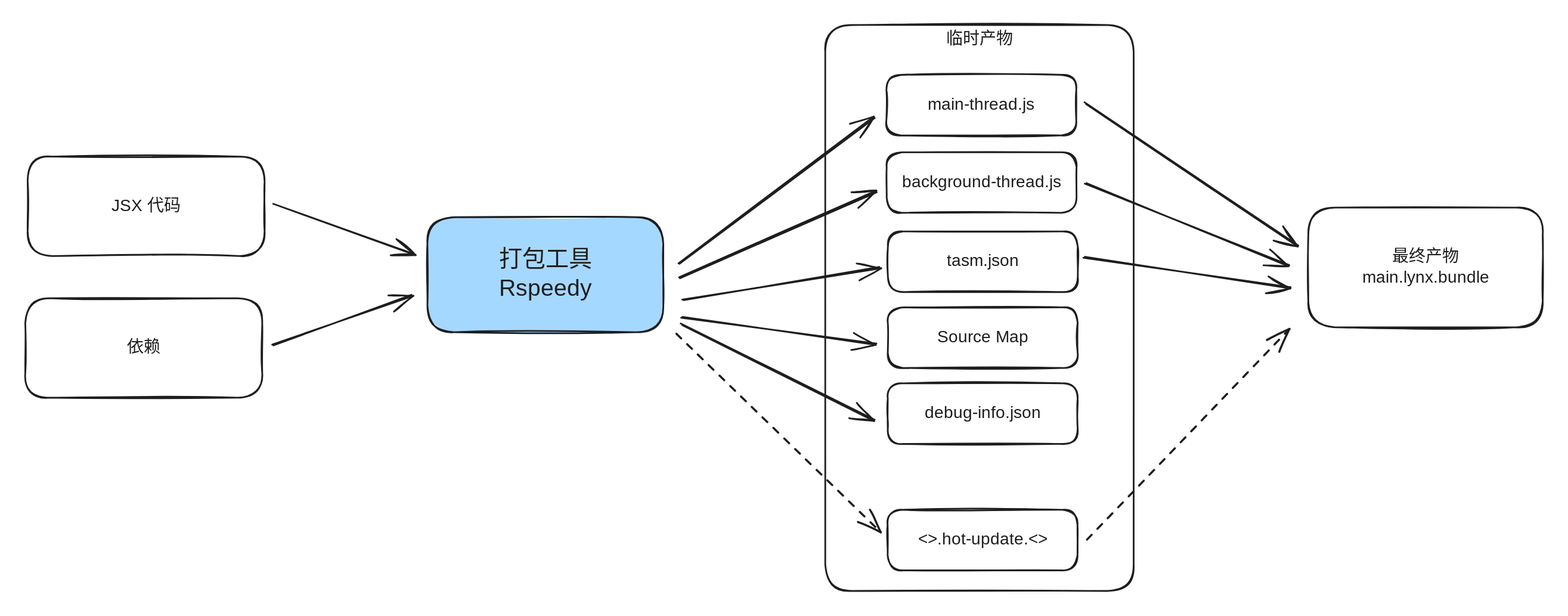
The Excalidraw diagram .gitbook/assets/file.excalidraw (2).svg in lanjunq/lynx-learning-notes, before a commit. Source tidied: one line per element, renumbered; positions are measured from the earlier drawing's top-left corner, leaving out a move shared by most shapes.
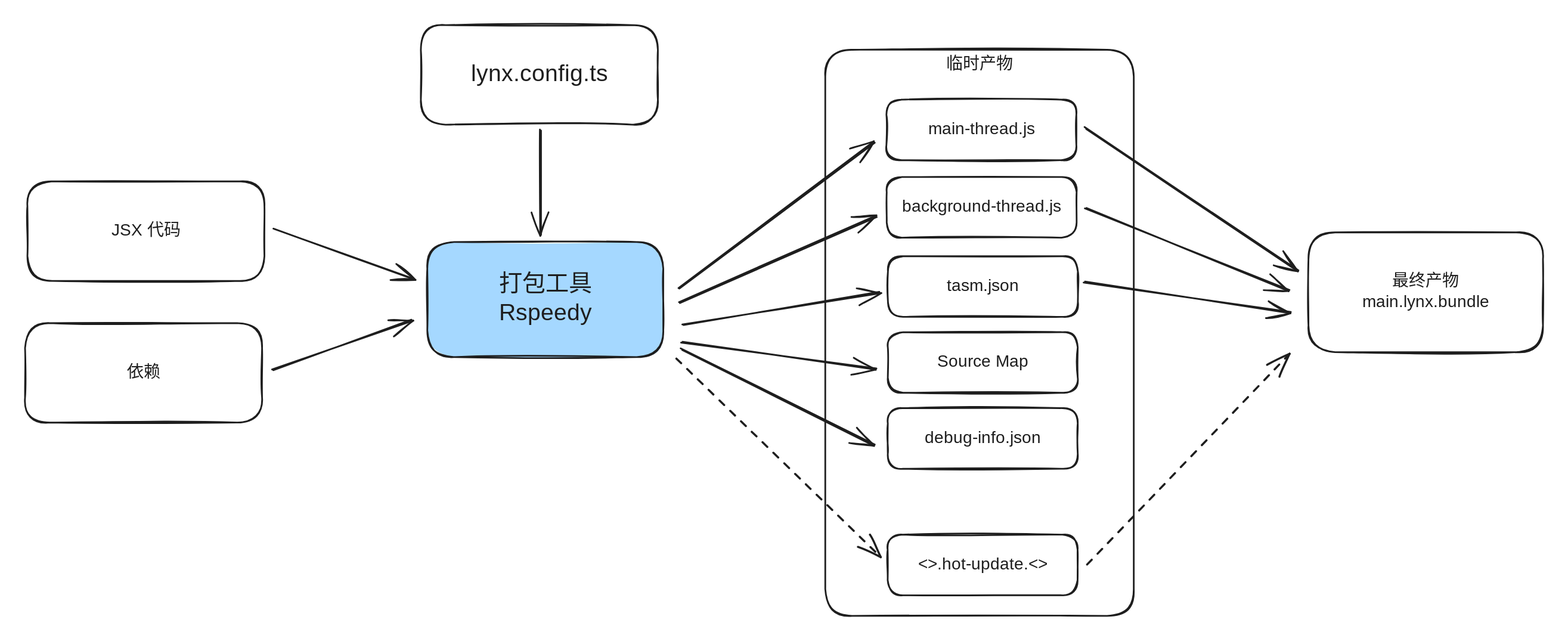
The same file after the commit.

The edit, as a diff of the source:
```diff
@@ -1,5 +1,5 @@
-{"id": 0, "type": "rectangle", "strokeColor": "#1e1e1e", "strokeWidth": 2, "roughness": 1, "round": true, "x": 3, "y": 158, "width": 284, "height": 119}
-{"id": 1, "type": "text", "text": "JSX 代码", "strokeColor": "#1e1e1e", "strokeWidth": 2, "roughness": 1, "fontSize": 20, "fontFamily": 1, "textAlign": "center", "verticalAlign": "middle", "inside": 0, "x": 101, "y": 205, "width": 87, "height": 25}
+{"id": 34, "type": "rectangle", "strokeColor": "#1e1e1e", "strokeWidth": 2, "roughness": 1, "round": true, "x": 3, "y": 158, "width": 284, "height": 119}
+{"id": 35, "type": "text", "text": "JSX 代码", "strokeColor": "#1e1e1e", "strokeWidth": 2, "roughness": 1, "fontSize": 20, "fontFamily": 1, "textAlign": "center", "verticalAlign": "middle", "inside": 34, "x": 101, "y": 205, "width": 87, "height": 25}
 {"id": 2, "type": "rectangle", "strokeColor": "#1e1e1e", "backgroundColor": "#a5d8ff", "fillStyle": "solid", "strokeWidth": 2, "roughness": 1, "round": true, "x": 482, "y": 230, "width": 283, "height": 138}
 {"id": 3, "type": "text", "text": "打包工具\nRspeedy", "strokeColor": "#1e1e1e", "strokeWidth": 2, "roughness": 1, "fontSize": 28, "fontFamily": 1, "textAlign": "center", "verticalAlign": "middle", "inside": 2, "x": 567, "y": 264, "width": 112, "height": 70}
 {"id": 4, "type": "rectangle", "strokeColor": "#1e1e1e", "strokeWidth": 2, "roughness": 1, "round": true, "x": 959, "y": 0, "width": 370, "height": 678}
@@ -20,7 +20,7 @@
 {"id": 19, "type": "text", "text": "依赖", "strokeColor": "#1e1e1e", "strokeWidth": 2, "roughness": 1, "fontSize": 20, "fontFamily": 1, "textAlign": "center", "verticalAlign": "middle", "inside": 18, "x": 122, "y": 374, "width": 40, "height": 25}
 {"id": 20, "type": "rectangle", "strokeColor": "#1e1e1e", "strokeWidth": 2, "roughness": 1, "round": true, "x": 1033, "y": 581, "width": 228, "height": 73}
 {"id": 21, "type": "text", "text": "<>.hot-update.<>", "strokeColor": "#1e1e1e", "strokeWidth": 2, "roughness": 1, "fontSize": 20, "fontFamily": 1, "textAlign": "center", "verticalAlign": "middle", "inside": 20, "x": 1066, "y": 605, "width": 163, "height": 25}
-{"id": 22, "type": "arrow", "strokeColor": "#1e1e1e", "backgroundColor": "#a5d8ff", "fillStyle": "solid", "strokeWidth": 2, "roughness": 1, "endArrowhead": "arrow", "round": true, "from": 0, "to": 2, "x": 298, "y": 214, "width": 168, "height": 61, "points": [[0, 0], [168, 61]]}
+{"id": 22, "type": "arrow", "strokeColor": "#1e1e1e", "backgroundColor": "#a5d8ff", "fillStyle": "solid", "strokeWidth": 2, "roughness": 1, "endArrowhead": "arrow", "round": true, "from": 34, "to": 2, "x": 299, "y": 214, "width": 168, "height": 61, "points": [[0, 0], [168, 61]]}
 {"id": 23, "type": "arrow", "strokeColor": "#1e1e1e", "backgroundColor": "#a5d8ff", "fillStyle": "solid", "strokeWidth": 2, "roughness": 1, "endArrowhead": "arrow", "round": true, "from": 18, "to": 2, "x": 297, "y": 384, "width": 167, "height": 60, "points": [[0, 0], [167, -60]]}
 {"id": 24, "type": "arrow", "strokeColor": "#1e1e1e", "backgroundColor": "#a5d8ff", "fillStyle": "solid", "strokeWidth": 2, "roughness": 1, "endArrowhead": "arrow", "round": true, "from": 2, "to": 6, "x": 783, "y": 285, "width": 235, "height": 175, "points": [[0, 0], [235, -175]]}
 {"id": 25, "type": "arrow", "strokeColor": "#1e1e1e", "backgroundColor": "#a5d8ff", "fillStyle": "solid", "strokeWidth": 2, "roughness": 1, "endArrowhead": "arrow", "round": true, "from": 2, "to": 8, "x": 784, "y": 304, "width": 235, "height": 103, "points": [[0, 0], [235, -103]]}
@@ -32,3 +32,6 @@
 {"id": 31, "type": "arrow", "strokeColor": "#1e1e1e", "backgroundColor": "#a5d8ff", "fillStyle": "solid", "strokeWidth": 2, "roughness": 1, "endArrowhead": "arrow", "round": true, "from": 8, "to": 16, "x": 1270, "y": 189, "width": 245, "height": 99, "points": [[0, 0], [245, 99]]}
 {"id": 32, "type": "arrow", "strokeColor": "#1e1e1e", "backgroundColor": "#a5d8ff", "fillStyle": "solid", "strokeWidth": 2, "roughness": 1, "endArrowhead": "arrow", "round": true, "from": 10, "to": 16, "x": 1269, "y": 279, "width": 246, "height": 35, "points": [[0, 0], [246, 35]]}
 {"id": 33, "type": "arrow", "strokeColor": "#1e1e1e", "backgroundColor": "#a5d8ff", "fillStyle": "solid", "strokeWidth": 2, "strokeStyle": "dashed", "roughness": 1, "endArrowhead": "arrow", "round": true, "from": 20, "to": 16, "x": 1271, "y": 617, "width": 243, "height": 253, "points": [[0, 0], [243, -253]]}
+{"id": 0, "type": "rectangle", "strokeColor": "#1e1e1e", "strokeWidth": 2, "roughness": 1, "round": true, "x": 474, "y": -30, "width": 284, "height": 119}
+{"id": 1, "type": "text", "text": "lynx.config.ts", "strokeColor": "#1e1e1e", "strokeWidth": 2, "roughness": 1, "fontSize": 28, "fontFamily": 1, "textAlign": "center", "verticalAlign": "middle", "inside": 0, "x": 530, "y": 13, "width": 172, "height": 35}
+{"id": 36, "type": "arrow", "strokeColor": "#1e1e1e", "strokeWidth": 2, "roughness": 1, "endArrowhead": "arrow", "round": true, "from": 0, "to": 2, "x": 618, "y": 97, "width": 0, "height": 125, "points": [[0, 0], [0, 125]]}
```
